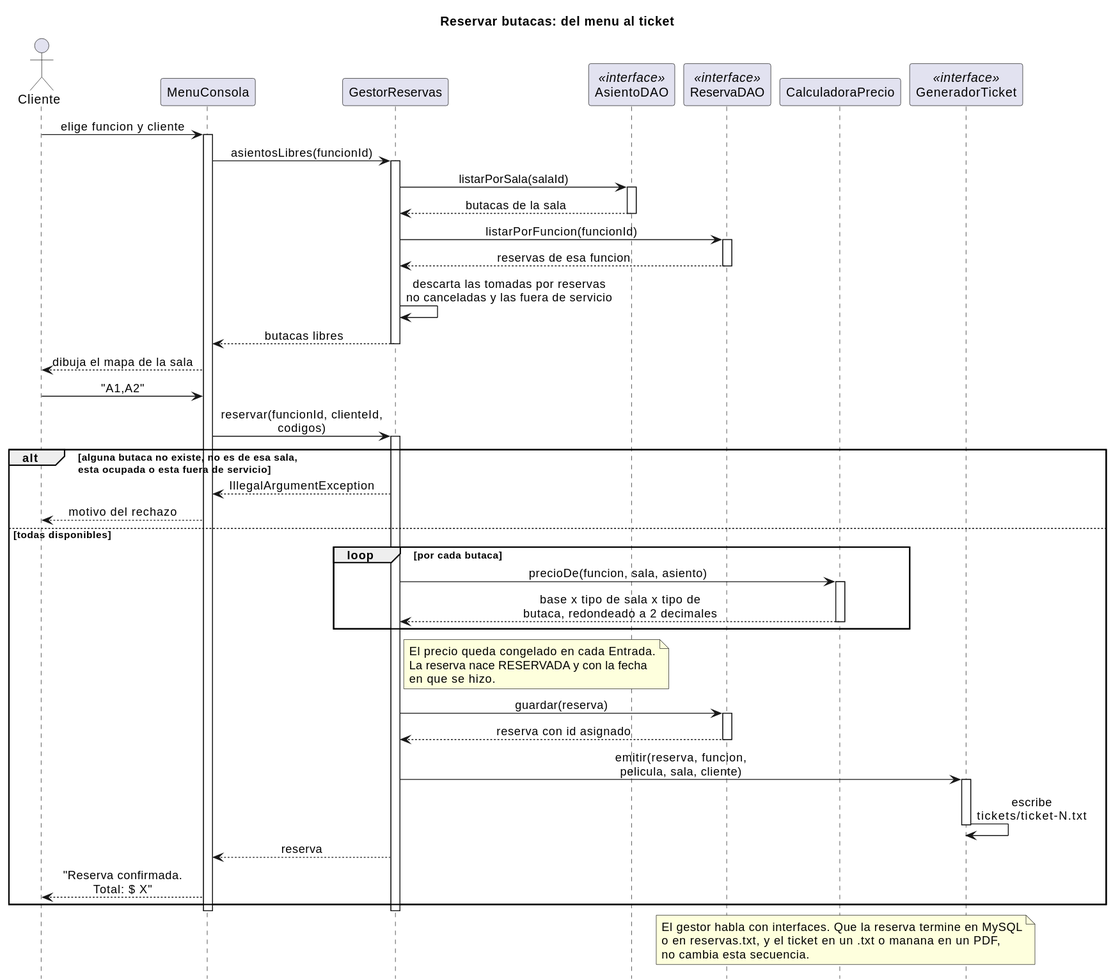
This is cine-backend/docs/diagramas/secuencia-reserva.svg from andreiveisuade/cine-uade, a PlantUML export, as it was before one commit.
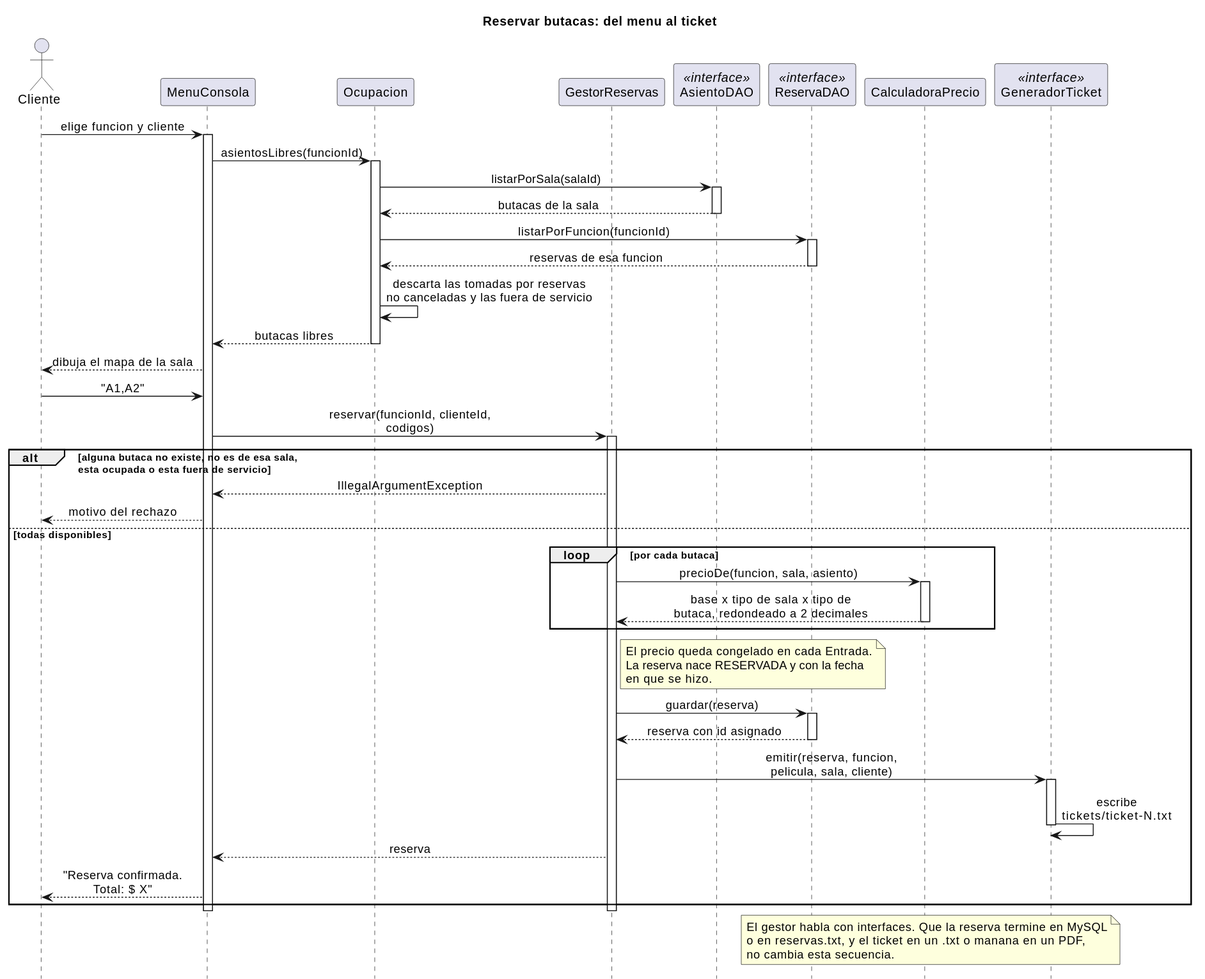
After the commit.

Commit message:
docs(manual): documentar Ocupacion y la carta del candy

The edit, as a diff of the source:
```diff
@@ -6,6 +6,7 @@
 
 actor Cliente
 participant "MenuConsola" as UI
+participant "Ocupacion" as Ocupacion
 participant "GestorReservas" as Gestor
 participant "AsientoDAO" as Asientos <<interface>>
 participant "ReservaDAO" as DAO <<interface>>
@@ -15,19 +16,19 @@
 Cliente -> UI : elige funcion y cliente
 activate UI
 
-UI -> Gestor : asientosLibres(funcionId)
-activate Gestor
-Gestor -> Asientos : listarPorSala(salaId)
+UI -> Ocupacion : asientosLibres(funcionId)
+activate Ocupacion
+Ocupacion -> Asientos : listarPorSala(salaId)
 activate Asientos
-Asientos --> Gestor : butacas de la sala
+Asientos --> Ocupacion : butacas de la sala
 deactivate Asientos
-Gestor -> DAO : listarPorFuncion(funcionId)
+Ocupacion -> DAO : listarPorFuncion(funcionId)
 activate DAO
-DAO --> Gestor : reservas de esa funcion
+DAO --> Ocupacion : reservas de esa funcion
 deactivate DAO
-Gestor -> Gestor : descarta las tomadas por reservas\nno canceladas y las fuera de servicio
-Gestor --> UI : butacas libres
-deactivate Gestor
+Ocupacion -> Ocupacion : descarta las tomadas por reservas\nno canceladas y las fuera de servicio
+Ocupacion --> UI : butacas libres
+deactivate Ocupacion
 
 UI --> Cliente : dibuja el mapa de la sala
 Cliente -> UI : "A1,A2"
```
